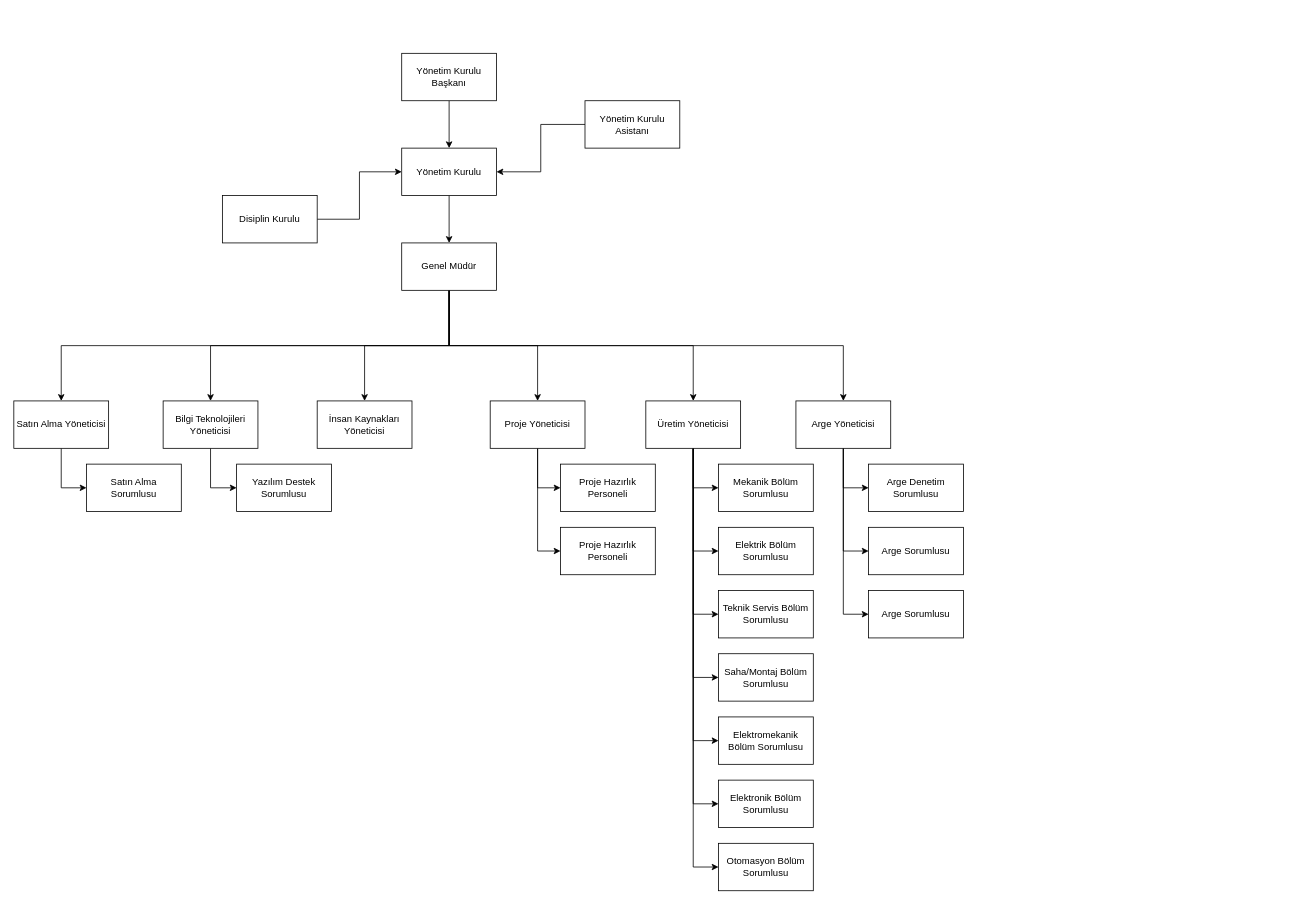
Before: Untitled Diagram.drawio in BugraGulmez/Draw.io, a draw.io diagram. Source tidied: cells renumbered, new cells numbered last; positions are measured from the earlier drawing's top-left corner, leaving out a move shared by most shapes. Both pictures are drawn from the tidied source at 79%, with x=0, y=0 at pixel (13, 53).
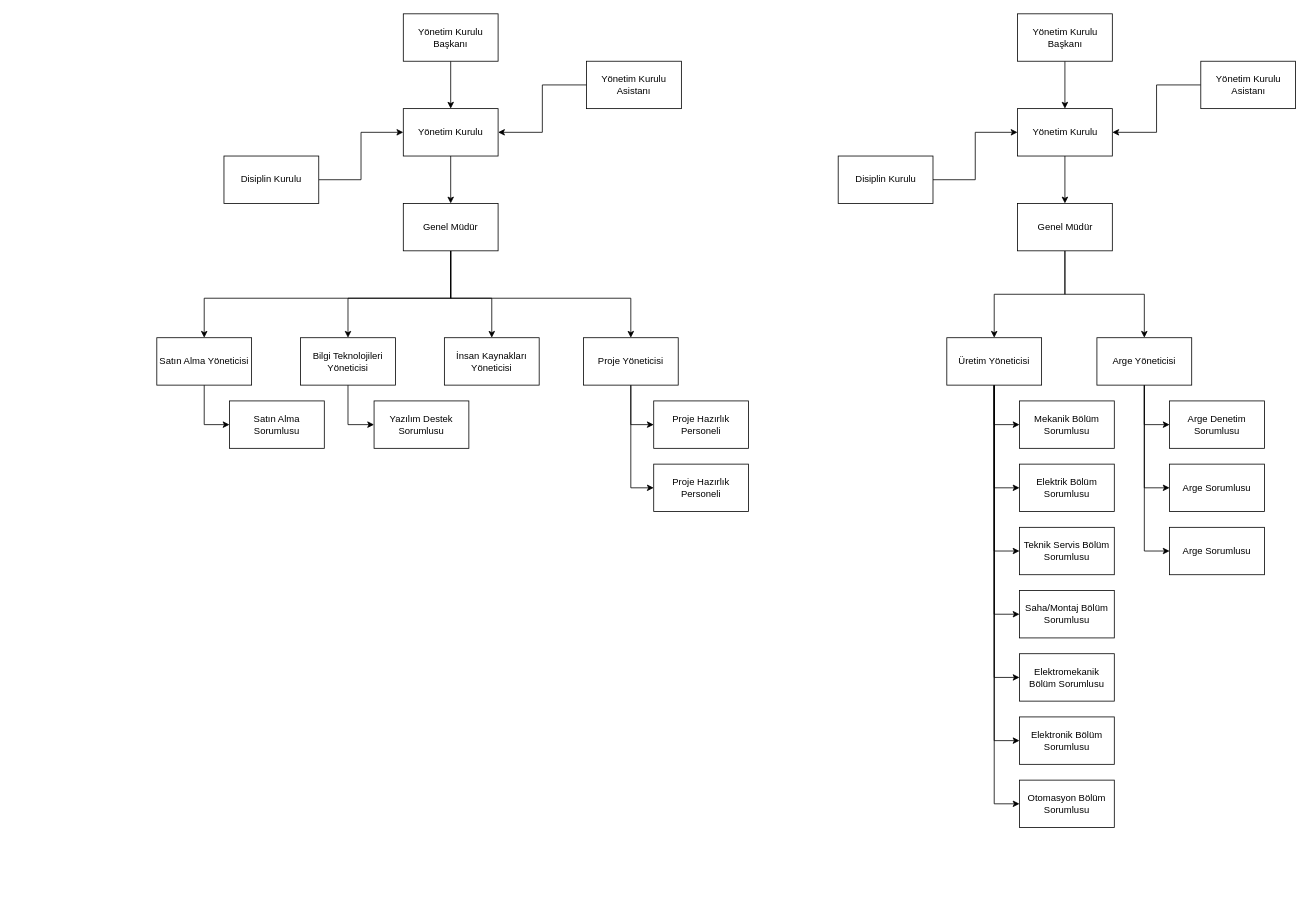
The same diagram, later.

Change to the diagram source:
```diff
@@
     <mxCell id="3" value="Yönetim Kurulu Başkanı" style="rounded=0;whiteSpace=wrap;html=1;" parent="1" vertex="1">
-      <mxGeometry x="491" width="120" height="60" as="geometry" />
+      <mxGeometry x="493" y="-50" width="120" height="60" as="geometry" />
     </mxCell>
@@
     <mxCell id="5" value="Yönetim Kurulu" style="rounded=0;whiteSpace=wrap;html=1;" parent="1" vertex="1">
-      <mxGeometry x="491" y="120" width="120" height="60" as="geometry" />
+      <mxGeometry x="493" y="70" width="120" height="60" as="geometry" />
     </mxCell>
@@
     <mxCell id="7" value="Disiplin Kurulu" style="rounded=0;whiteSpace=wrap;html=1;" parent="1" vertex="1">
-      <mxGeometry x="264" y="180" width="120" height="60" as="geometry" />
+      <mxGeometry x="266" y="130" width="120" height="60" as="geometry" />
     </mxCell>
@@
     <mxCell id="9" value="Yönetim Kurulu Asistanı" style="rounded=0;whiteSpace=wrap;html=1;" parent="1" vertex="1">
-      <mxGeometry x="723" y="60" width="120" height="60" as="geometry" />
+      <mxGeometry x="725" y="10" width="120" height="60" as="geometry" />
     </mxCell>
+    <mxCell id="12" style="edgeStyle=orthogonalEdgeStyle;rounded=0;jettySize=auto;html=1;entryX=0.5;entryY=0;entryDx=0;entryDy=0;" parent="1" edge="1" source="16" target="36">
+      <mxGeometry relative="1" as="geometry">
+        <Array as="points">
+          <mxPoint x="553" y="310" />
+          <mxPoint x="605" y="310" />
+        </Array>
+      </mxGeometry>
+    </mxCell>
+    <mxCell id="11" style="edgeStyle=orthogonalEdgeStyle;rounded=0;jettySize=auto;html=1;entryX=0.5;entryY=0;entryDx=0;entryDy=0;" parent="1" edge="1" source="16" target="18">
+      <mxGeometry relative="1" as="geometry">
+        <Array as="points">
+          <mxPoint x="553" y="310" />
+          <mxPoint x="423" y="310" />
+        </Array>
+      </mxGeometry>
+    </mxCell>
     <mxCell id="10" style="edgeStyle=orthogonalEdgeStyle;rounded=0;jettySize=auto;html=1;entryX=0.5;entryY=0;entryDx=0;entryDy=0;" parent="1" edge="1" source="16" target="35">
       <mxGeometry relative="1" as="geometry">
         <Array as="points">
-          <mxPoint x="551" y="370" />
-          <mxPoint x="60" y="370" />
+          <mxPoint x="553" y="310" />
+          <mxPoint x="241" y="310" />
         </Array>
       </mxGeometry>
     </mxCell>
-    <mxCell id="11" style="edgeStyle=orthogonalEdgeStyle;rounded=0;jettySize=auto;html=1;entryX=0.5;entryY=0;entryDx=0;entryDy=0;" parent="1" edge="1" source="16" target="18">
-      <mxGeometry relative="1" as="geometry">
-        <Array as="points">
-          <mxPoint x="551" y="370" />
-          <mxPoint x="249" y="370" />
-        </Array>
-      </mxGeometry>
-    </mxCell>
-    <mxCell id="12" style="edgeStyle=orthogonalEdgeStyle;rounded=0;jettySize=auto;html=1;entryX=0.5;entryY=0;entryDx=0;entryDy=0;" parent="1" edge="1" source="16" target="36">
-      <mxGeometry relative="1" as="geometry" />
-    </mxCell>
     <mxCell id="13" style="edgeStyle=orthogonalEdgeStyle;rounded=0;jettySize=auto;html=1;entryX=0.5;entryY=0;entryDx=0;entryDy=0;" parent="1" edge="1" source="16" target="25">
-      <mxGeometry relative="1" as="geometry" />
+      <mxGeometry relative="1" as="geometry">
+        <Array as="points">
+          <mxPoint x="553" y="310" />
+          <mxPoint x="781" y="310" />
+        </Array>
+      </mxGeometry>
     </mxCell>
-    <mxCell id="14" style="edgeStyle=orthogonalEdgeStyle;rounded=0;jettySize=auto;html=1;entryX=0.5;entryY=0;entryDx=0;entryDy=0;" parent="1" edge="1" source="16" target="33">
-      <mxGeometry relative="1" as="geometry">
-        <Array as="points">
-          <mxPoint x="551" y="370" />
-          <mxPoint x="860" y="370" />
-        </Array>
-      </mxGeometry>
-    </mxCell>
-    <mxCell id="15" style="edgeStyle=orthogonalEdgeStyle;rounded=0;jettySize=auto;html=1;entryX=0.5;entryY=0;entryDx=0;entryDy=0;" parent="1" edge="1" source="16" target="22">
-      <mxGeometry relative="1" as="geometry">
-        <Array as="points">
-          <mxPoint x="551" y="370" />
-          <mxPoint x="1050" y="370" />
-        </Array>
-      </mxGeometry>
-    </mxCell>
     <mxCell id="16" value="Genel Müdür" style="rounded=0;whiteSpace=wrap;html=1;" parent="1" vertex="1">
-      <mxGeometry x="491" y="240" width="120" height="60" as="geometry" />
+      <mxGeometry x="493" y="190" width="120" height="60" as="geometry" />
     </mxCell>
@@
     <mxCell id="18" value="Bilgi Teknolojileri Yöneticisi" style="rounded=0;whiteSpace=wrap;html=1;" parent="1" vertex="1">
-      <mxGeometry x="189" y="440" width="120" height="60" as="geometry" />
+      <mxGeometry x="363" y="360" width="120" height="60" as="geometry" />
     </mxCell>
@@
     <mxCell id="22" value="Arge Yöneticisi" style="rounded=0;whiteSpace=wrap;html=1;" parent="1" vertex="1">
-      <mxGeometry x="990" y="440" width="120" height="60" as="geometry" />
+      <mxGeometry x="1371" y="360" width="120" height="60" as="geometry" />
     </mxCell>
@@
     <mxCell id="25" value="Proje Yöneticisi" style="rounded=0;whiteSpace=wrap;html=1;" parent="1" vertex="1">
-      <mxGeometry x="603" y="440" width="120" height="60" as="geometry" />
+      <mxGeometry x="721" y="360" width="120" height="60" as="geometry" />
     </mxCell>
@@
     <mxCell id="33" value="Üretim Yöneticisi" style="rounded=0;whiteSpace=wrap;html=1;" parent="1" vertex="1">
-      <mxGeometry x="800" y="440" width="120" height="60" as="geometry" />
+      <mxGeometry x="1181" y="360" width="120" height="60" as="geometry" />
     </mxCell>
@@
     <mxCell id="35" value="Satın Alma Yöneticisi" style="rounded=0;whiteSpace=wrap;html=1;" parent="1" vertex="1">
-      <mxGeometry y="440" width="120" height="60" as="geometry" />
+      <mxGeometry x="181" y="360" width="120" height="60" as="geometry" />
     </mxCell>
     <mxCell id="36" value="İnsan Kaynakları Yöneticisi" style="rounded=0;whiteSpace=wrap;html=1;" parent="1" vertex="1">
-      <mxGeometry x="384" y="440" width="120" height="60" as="geometry" />
+      <mxGeometry x="545" y="360" width="120" height="60" as="geometry" />
     </mxCell>
     <mxCell id="37" value="Arge Denetim Sorumlusu" style="rounded=0;whiteSpace=wrap;html=1;" parent="1" vertex="1">
-      <mxGeometry x="1082" y="520" width="120" height="60" as="geometry" />
+      <mxGeometry x="1463" y="440" width="120" height="60" as="geometry" />
     </mxCell>
     <mxCell id="38" value="Arge Sorumlusu" style="rounded=0;whiteSpace=wrap;html=1;" parent="1" vertex="1">
-      <mxGeometry x="1082" y="600" width="120" height="60" as="geometry" />
+      <mxGeometry x="1463" y="520" width="120" height="60" as="geometry" />
     </mxCell>
     <mxCell id="39" value="Arge Sorumlusu" style="rounded=0;whiteSpace=wrap;html=1;" parent="1" vertex="1">
-      <mxGeometry x="1082" y="680" width="120" height="60" as="geometry" />
+      <mxGeometry x="1463" y="600" width="120" height="60" as="geometry" />
     </mxCell>
     <mxCell id="40" value="Mekanik Bölüm Sorumlusu" style="rounded=0;whiteSpace=wrap;html=1;" parent="1" vertex="1">
-      <mxGeometry x="892" y="520" width="120" height="60" as="geometry" />
+      <mxGeometry x="1273" y="440" width="120" height="60" as="geometry" />
     </mxCell>
     <mxCell id="41" value="Elektrik Bölüm Sorumlusu" style="rounded=0;whiteSpace=wrap;html=1;" parent="1" vertex="1">
-      <mxGeometry x="892" y="600" width="120" height="60" as="geometry" />
+      <mxGeometry x="1273" y="520" width="120" height="60" as="geometry" />
     </mxCell>
     <mxCell id="42" value="Teknik Servis Bölüm Sorumlusu" style="rounded=0;whiteSpace=wrap;html=1;" parent="1" vertex="1">
-      <mxGeometry x="892" y="680" width="120" height="60" as="geometry" />
+      <mxGeometry x="1273" y="600" width="120" height="60" as="geometry" />
     </mxCell>
     <mxCell id="43" value="Saha/Montaj Bölüm Sorumlusu" style="rounded=0;whiteSpace=wrap;html=1;" parent="1" vertex="1">
-      <mxGeometry x="892" y="760" width="120" height="60" as="geometry" />
+      <mxGeometry x="1273" y="680" width="120" height="60" as="geometry" />
     </mxCell>
     <mxCell id="44" value="Elektromekanik Bölüm Sorumlusu" style="rounded=0;whiteSpace=wrap;html=1;" parent="1" vertex="1">
-      <mxGeometry x="892" y="840" width="120" height="60" as="geometry" />
+      <mxGeometry x="1273" y="760" width="120" height="60" as="geometry" />
     </mxCell>
     <mxCell id="45" value="Elektronik Bölüm Sorumlusu" style="rounded=0;whiteSpace=wrap;html=1;" parent="1" vertex="1">
-      <mxGeometry x="892" y="920" width="120" height="60" as="geometry" />
+      <mxGeometry x="1273" y="840" width="120" height="60" as="geometry" />
     </mxCell>
     <mxCell id="46" value="Otomasyon Bölüm Sorumlusu" style="rounded=0;whiteSpace=wrap;html=1;" parent="1" vertex="1">
-      <mxGeometry x="892" y="1000" width="120" height="60" as="geometry" />
+      <mxGeometry x="1273" y="920" width="120" height="60" as="geometry" />
     </mxCell>
     <mxCell id="47" value="Satın Alma Sorumlusu" style="rounded=0;whiteSpace=wrap;html=1;" parent="1" vertex="1">
-      <mxGeometry x="92" y="520" width="120" height="60" as="geometry" />
+      <mxGeometry x="273" y="440" width="120" height="60" as="geometry" />
     </mxCell>
     <mxCell id="48" value="Yazılım Destek Sorumlusu" style="rounded=0;whiteSpace=wrap;html=1;" parent="1" vertex="1">
-      <mxGeometry x="282" y="520" width="120" height="60" as="geometry" />
+      <mxGeometry x="456" y="440" width="120" height="60" as="geometry" />
     </mxCell>
     <mxCell id="49" value="Proje Hazırlık Personeli" style="rounded=0;whiteSpace=wrap;html=1;" parent="1" vertex="1">
-      <mxGeometry x="692" y="520" width="120" height="60" as="geometry" />
+      <mxGeometry x="810" y="440" width="120" height="60" as="geometry" />
     </mxCell>
     <mxCell id="50" value="Proje Hazırlık Personeli" style="rounded=0;whiteSpace=wrap;html=1;" parent="1" vertex="1">
-      <mxGeometry x="692" y="600" width="120" height="60" as="geometry" />
+      <mxGeometry x="810" y="520" width="120" height="60" as="geometry" />
     </mxCell>
+    <mxCell id="51" style="edgeStyle=orthogonalEdgeStyle;rounded=0;jettySize=auto;html=1;" parent="1" edge="1" source="52" target="54">
+      <mxGeometry relative="1" as="geometry" />
+    </mxCell>
+    <mxCell id="52" value="Yönetim Kurulu Başkanı" style="rounded=0;whiteSpace=wrap;html=1;" parent="1" vertex="1">
+      <mxGeometry x="1270.5" y="-50" width="120" height="60" as="geometry" />
+    </mxCell>
+    <mxCell id="53" style="edgeStyle=orthogonalEdgeStyle;rounded=0;jettySize=auto;html=1;" parent="1" edge="1" source="54" target="61">
+      <mxGeometry relative="1" as="geometry" />
+    </mxCell>
+    <mxCell id="54" value="Yönetim Kurulu" style="rounded=0;whiteSpace=wrap;html=1;" parent="1" vertex="1">
+      <mxGeometry x="1270.5" y="70" width="120" height="60" as="geometry" />
+    </mxCell>
+    <mxCell id="55" style="edgeStyle=orthogonalEdgeStyle;rounded=0;jettySize=auto;html=1;entryX=0;entryY=0.5;entryDx=0;entryDy=0;" parent="1" edge="1" source="56" target="54">
+      <mxGeometry relative="1" as="geometry" />
+    </mxCell>
+    <mxCell id="56" value="Disiplin Kurulu" style="rounded=0;whiteSpace=wrap;html=1;" parent="1" vertex="1">
+      <mxGeometry x="1043.5" y="130" width="120" height="60" as="geometry" />
+    </mxCell>
+    <mxCell id="57" style="edgeStyle=orthogonalEdgeStyle;rounded=0;jettySize=auto;html=1;entryX=1;entryY=0.5;entryDx=0;entryDy=0;" parent="1" edge="1" source="58" target="54">
+      <mxGeometry relative="1" as="geometry" />
+    </mxCell>
+    <mxCell id="58" value="Yönetim Kurulu Asistanı" style="rounded=0;whiteSpace=wrap;html=1;" parent="1" vertex="1">
+      <mxGeometry x="1502.5" y="10" width="120" height="60" as="geometry" />
+    </mxCell>
+    <mxCell id="59" style="edgeStyle=orthogonalEdgeStyle;rounded=0;jettySize=auto;html=1;entryX=0.5;entryY=0;entryDx=0;entryDy=0;" parent="1" edge="1" source="61" target="33">
+      <mxGeometry relative="1" as="geometry" />
+    </mxCell>
+    <mxCell id="60" style="edgeStyle=orthogonalEdgeStyle;rounded=0;jettySize=auto;html=1;entryX=0.5;entryY=0;entryDx=0;entryDy=0;" parent="1" edge="1" source="61" target="22">
+      <mxGeometry relative="1" as="geometry" />
+    </mxCell>
+    <mxCell id="61" value="Genel Müdür" style="rounded=0;whiteSpace=wrap;html=1;" parent="1" vertex="1">
+      <mxGeometry x="1270.5" y="190" width="120" height="60" as="geometry" />
+    </mxCell>
```
